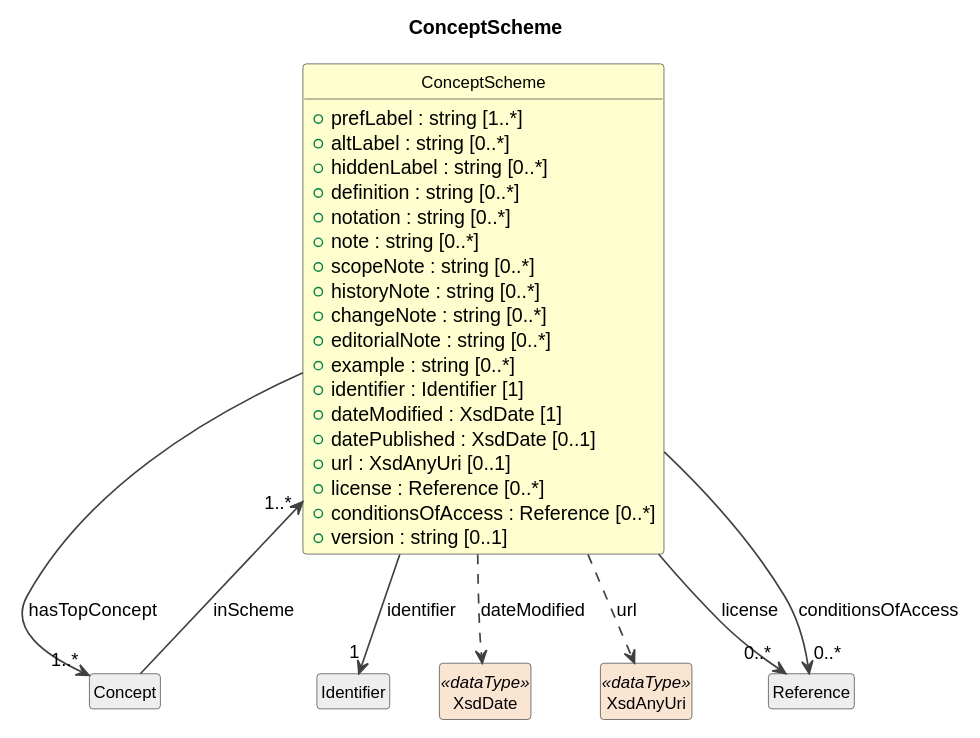
Before: cdif-uml-model/_plantuml/cdifCodelist/Classes/ConceptScheme.svg, a diagram exported from PlantUML (Cross-Domain-Interoperability-Framework/metadataBuildingBlocks). Its diagram source:
```plantuml
@startuml
title ConceptScheme
hide circle
hide empty members
skinparam shadowing false
skinparam ArrowThickness 1.2
skinparam class {
  ArrowColor #404040
  BorderColor #404040
  FontSize 12
}

class "ConceptScheme" as ConceptScheme #FEFECE {
  +prefLabel : string [1..*]
  +altLabel : string [0..*]
  +hiddenLabel : string [0..*]
  +definition : string [0..*]
  +notation : string [0..*]
  +note : string [0..*]
  +scopeNote : string [0..*]
  +historyNote : string [0..*]
  +changeNote : string [0..*]
  +editorialNote : string [0..*]
  +example : string [0..*]
  +identifier : Identifier [1]
  +dateModified : XsdDate [1]
  +datePublished : XsdDate [0..1]
  +url : XsdAnyUri [0..1]
  +license : Reference [0..*]
  +conditionsOfAccess : Reference [0..*]
  +version : string [0..1]
}
class "Concept" as Concept #EEEEEE
ConceptScheme --> "1..*" Concept : hasTopConcept
Concept --> "1..*" ConceptScheme : inScheme
class "Identifier" as Identifier #EEEEEE
ConceptScheme --> "1" Identifier : identifier
class "XsdDate" as XsdDate <<dataType>> #FAE5D3
ConceptScheme ..> XsdDate : dateModified
class "XsdAnyUri" as XsdAnyUri <<dataType>> #FAE5D3
ConceptScheme ..> XsdAnyUri : url
class "Reference" as Reference #EEEEEE
ConceptScheme --> "0..*" Reference : license
ConceptScheme --> "0..*" Reference : conditionsOfAccess
@enduml
```
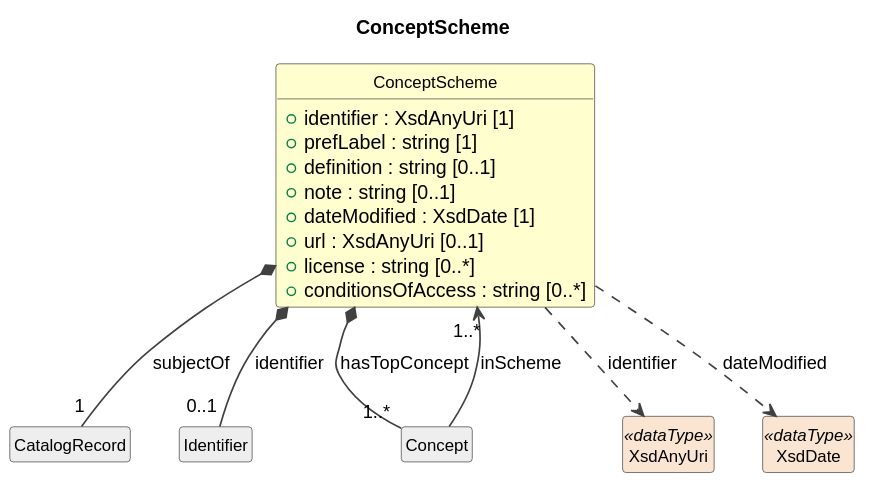
After the commit.

What changed in the source:
```diff
@@ -11,35 +11,24 @@
 }
 
 class "ConceptScheme" as ConceptScheme #FEFECE {
-  +prefLabel : string [1..*]
-  +altLabel : string [0..*]
-  +hiddenLabel : string [0..*]
-  +definition : string [0..*]
-  +notation : string [0..*]
-  +note : string [0..*]
-  +scopeNote : string [0..*]
-  +historyNote : string [0..*]
-  +changeNote : string [0..*]
-  +editorialNote : string [0..*]
-  +example : string [0..*]
-  +identifier : Identifier [1]
+  +identifier : XsdAnyUri [1]
+  +prefLabel : string [1]
+  +definition : string [0..1]
+  +note : string [0..1]
   +dateModified : XsdDate [1]
-  +datePublished : XsdDate [0..1]
   +url : XsdAnyUri [0..1]
-  +license : Reference [0..*]
-  +conditionsOfAccess : Reference [0..*]
-  +version : string [0..1]
+  +license : string [0..*]
+  +conditionsOfAccess : string [0..*]
 }
+class "CatalogRecord" as CatalogRecord #EEEEEE
+ConceptScheme *-- "1" CatalogRecord : subjectOf
+class "Identifier" as Identifier #EEEEEE
+ConceptScheme *-- "0..1" Identifier : identifier
 class "Concept" as Concept #EEEEEE
-ConceptScheme --> "1..*" Concept : hasTopConcept
+ConceptScheme *-- "1..*" Concept : hasTopConcept
 Concept --> "1..*" ConceptScheme : inScheme
-class "Identifier" as Identifier #EEEEEE
-ConceptScheme --> "1" Identifier : identifier
+class "XsdAnyUri" as XsdAnyUri <<dataType>> #FAE5D3
+ConceptScheme ..> XsdAnyUri : identifier
 class "XsdDate" as XsdDate <<dataType>> #FAE5D3
 ConceptScheme ..> XsdDate : dateModified
-class "XsdAnyUri" as XsdAnyUri <<dataType>> #FAE5D3
-ConceptScheme ..> XsdAnyUri : url
-class "Reference" as Reference #EEEEEE
-ConceptScheme --> "0..*" Reference : license
-ConceptScheme --> "0..*" Reference : conditionsOfAccess
 @enduml
```
